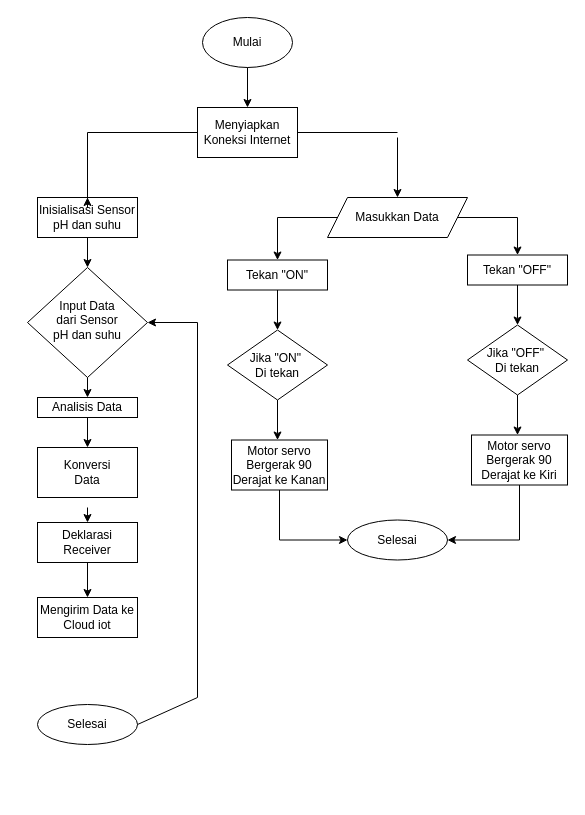
Earlier version of the draw.io diagram Untitled Diagram.drawio (Handrawinata/komunikasi-nrf). Source tidied: cells renumbered, new cells numbered last; positions are measured from the earlier drawing's top-left corner, leaving out a move shared by most shapes. Both pictures are drawn from the tidied source at 100%, with x=0, y=0 at pixel (27, 17).
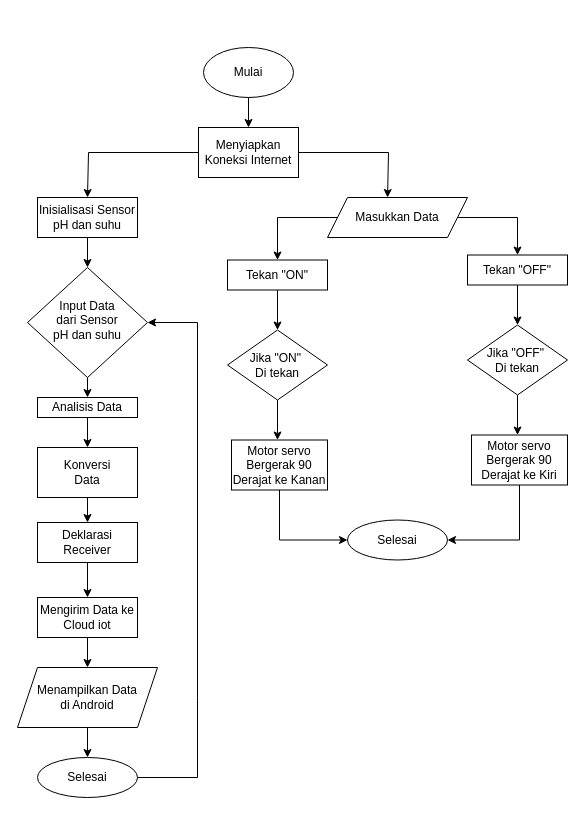
After the change.

Unchanged cells that the change refers to:
```xml
<mxCell id="2" value="Input Data &lt;br&gt;dari Sensor&lt;br&gt;pH dan suhu" style="rhombus;whiteSpace=wrap;html=1;shadow=0;fontFamily=Helvetica;fontSize=12;align=center;strokeWidth=1;spacing=6;spacingTop=-4;" parent="1" vertex="1">
  <mxGeometry y="250" width="120" height="110" as="geometry" />
</mxCell>
<mxCell id="4" value="Inisialisasi Sensor&lt;br&gt;pH dan suhu" style="rounded=0;whiteSpace=wrap;html=1;" parent="1" vertex="1">
  <mxGeometry x="10" y="180" width="100" height="40" as="geometry" />
</mxCell>
<mxCell id="9" value="Konversi&lt;br&gt;Data" style="rounded=0;whiteSpace=wrap;html=1;" parent="1" vertex="1">
  <mxGeometry x="10" y="430" width="100" height="50" as="geometry" />
</mxCell>
<mxCell id="10" value="Deklarasi Receiver" style="rounded=0;whiteSpace=wrap;html=1;" parent="1" vertex="1">
  <mxGeometry x="10" y="505" width="100" height="40" as="geometry" />
</mxCell>
<mxCell id="11" value="Mengirim Data ke Cloud iot" style="rounded=0;whiteSpace=wrap;html=1;" parent="1" vertex="1">
  <mxGeometry x="10" y="580" width="100" height="40" as="geometry" />
</mxCell>
<mxCell id="20" value="Masukkan Data" style="shape=parallelogram;perimeter=parallelogramPerimeter;whiteSpace=wrap;html=1;fixedSize=1;" parent="1" vertex="1">
  <mxGeometry x="300" y="180" width="140" height="40" as="geometry" />
</mxCell>
```

What changed in the source:
```diff
@@
     <mxCell id="3" value="Mulai" style="ellipse;whiteSpace=wrap;html=1;" parent="1" vertex="1">
-      <mxGeometry x="175" width="90" height="50" as="geometry" />
+      <mxGeometry x="176" y="30" width="90" height="50" as="geometry" />
     </mxCell>
@@
-    <mxCell id="5" style="endArrow=classic;html=1;rounded=0;entryX=0.5;entryY=0;entryDx=0;entryDy=0;exitX=0;exitY=0.5;exitDx=0;exitDy=0;" parent="1" edge="1" source="16" target="4">
-      <mxGeometry relative="1" as="geometry">
-        <Array as="points">
-          <mxPoint x="60" y="115" />
-          <mxPoint x="60" y="180" />
-          <mxPoint x="60" y="190" />
-        </Array>
-      </mxGeometry>
-    </mxCell>
@@
     <mxCell id="12" value="Selesai" style="ellipse;whiteSpace=wrap;html=1;" parent="1" vertex="1">
-      <mxGeometry x="10" y="687" width="100" height="40" as="geometry" />
+      <mxGeometry x="10" y="740" width="100" height="40" as="geometry" />
     </mxCell>
@@
-    <mxCell id="14" style="endArrow=classic;html=1;rounded=0;entryX=0.5;entryY=0;entryDx=0;entryDy=0;" parent="1" edge="1" target="10">
-      <mxGeometry relative="1" as="geometry">
-        <mxPoint x="60" y="490" as="sourcePoint" />
-      </mxGeometry>
+    <mxCell id="14" style="endArrow=classic;html=1;rounded=0;entryX=0.5;entryY=0;entryDx=0;entryDy=0;exitX=0.5;exitY=1;exitDx=0;exitDy=0;" parent="1" edge="1" source="9" target="10">
+      <mxGeometry relative="1" as="geometry" />
     </mxCell>
@@
     <mxCell id="16" value="Menyiapkan Koneksi Internet" style="rounded=0;whiteSpace=wrap;html=1;" parent="1" vertex="1">
-      <mxGeometry x="170" y="90" width="100" height="50" as="geometry" />
+      <mxGeometry x="171" y="110" width="100" height="50" as="geometry" />
     </mxCell>
@@
-    <mxCell id="18" style="endArrow=none;html=1;rounded=0;exitX=1;exitY=0.5;exitDx=0;exitDy=0;" parent="1" edge="1" source="16">
-      <mxGeometry relative="1" as="geometry">
-        <mxPoint x="370" y="115" as="targetPoint" />
-      </mxGeometry>
-    </mxCell>
-    <mxCell id="19" style="endArrow=classic;html=1;rounded=0;entryX=0.5;entryY=0;entryDx=0;entryDy=0;" parent="1" edge="1" target="20">
-      <mxGeometry relative="1" as="geometry">
-        <mxPoint x="370" y="120" as="sourcePoint" />
-      </mxGeometry>
-    </mxCell>
@@
     <mxCell id="38" style="endArrow=classic;html=1;rounded=0;exitX=1;exitY=0.5;exitDx=0;exitDy=0;entryX=1;entryY=0.5;entryDx=0;entryDy=0;" parent="1" edge="1" source="12" target="2">
       <mxGeometry relative="1" as="geometry">
         <Array as="points">
+          <mxPoint x="170" y="760" />
           <mxPoint x="170" y="680" />
           <mxPoint x="170" y="305" />
         </Array>
       </mxGeometry>
     </mxCell>
+    <mxCell id="39" value="Menampilkan Data&lt;br&gt;di Android" style="shape=parallelogram;perimeter=parallelogramPerimeter;whiteSpace=wrap;html=1;fixedSize=1;" parent="1" vertex="1">
+      <mxGeometry x="-10" y="650" width="140" height="60" as="geometry" />
+    </mxCell>
+    <mxCell id="40" style="endArrow=classic;html=1;rounded=0;exitX=0.5;exitY=1;exitDx=0;exitDy=0;entryX=0.5;entryY=0;entryDx=0;entryDy=0;" parent="1" edge="1" source="11" target="39">
+      <mxGeometry relative="1" as="geometry" />
+    </mxCell>
+    <mxCell id="41" style="endArrow=classic;html=1;rounded=0;exitX=0.5;exitY=1;exitDx=0;exitDy=0;entryX=0.5;entryY=0;entryDx=0;entryDy=0;" parent="1" edge="1" source="39" target="12">
+      <mxGeometry relative="1" as="geometry" />
+    </mxCell>
+    <mxCell id="42" style="endArrow=classic;html=1;rounded=0;entryX=0.429;entryY=0;entryDx=0;entryDy=0;entryPerimeter=0;exitX=1;exitY=0.5;exitDx=0;exitDy=0;" parent="1" edge="1" source="16" target="20">
+      <mxGeometry relative="1" as="geometry">
+        <Array as="points">
+          <mxPoint x="361" y="135" />
+        </Array>
+      </mxGeometry>
+    </mxCell>
+    <mxCell id="5" style="endArrow=classic;html=1;rounded=0;entryX=0.5;entryY=0;entryDx=0;entryDy=0;exitX=0;exitY=0.5;exitDx=0;exitDy=0;" parent="1" edge="1" source="16" target="4">
+      <mxGeometry relative="1" as="geometry">
+        <Array as="points">
+          <mxPoint x="61" y="135" />
+        </Array>
+      </mxGeometry>
+    </mxCell>
```
